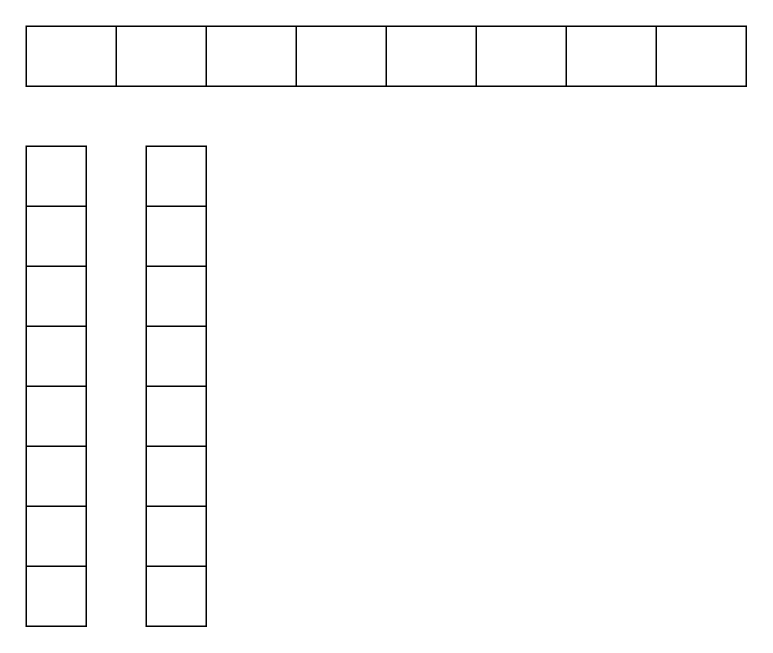
Earlier version of the draw.io diagram 未命名绘图.drawio (MrCurtain/C-CppLearning). Source tidied: cells renumbered, new cells numbered last; positions are measured from the earlier drawing's top-left corner, leaving out a move shared by most shapes. Both pictures are drawn from the tidied source at 150%, with x=0, y=0 at pixel (26, 26).
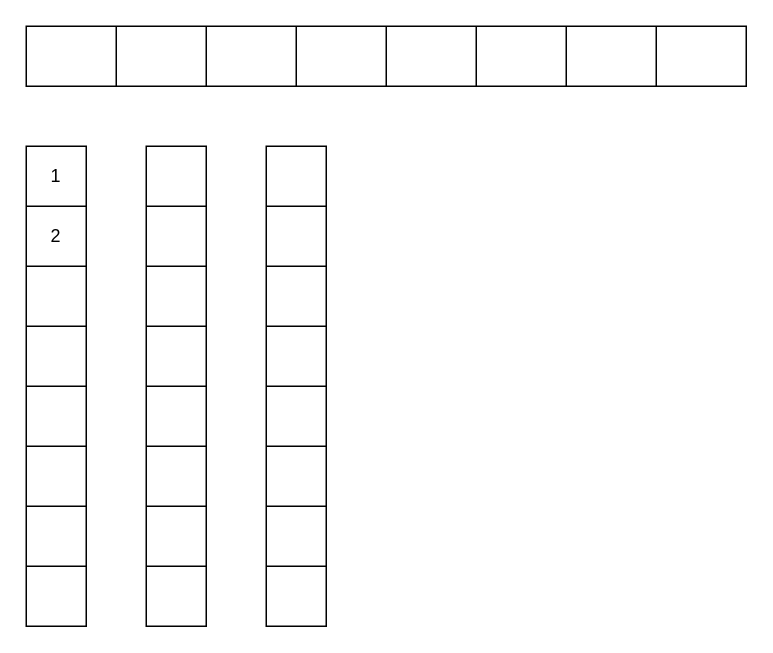
Above is the later version.

Commit message:
更新未命名绘图.drawio

The change refers to these unchanged cells:
```xml
<mxCell id="13" style="shape=tableRow;horizontal=0;startSize=0;swimlaneHead=0;swimlaneBody=0;strokeColor=inherit;top=0;left=0;bottom=0;right=0;fillColor=none;" parent="12" vertex="1">
  <mxGeometry width="40" height="40" as="geometry" />
</mxCell>
<mxCell id="15" style="shape=tableRow;horizontal=0;startSize=0;swimlaneHead=0;swimlaneBody=0;strokeColor=inherit;top=0;left=0;bottom=0;right=0;fillColor=none;" parent="12" vertex="1">
  <mxGeometry y="40" width="40" height="40" as="geometry" />
</mxCell>
```

Diff of the diagram source:
```diff
@@
-    <mxCell id="14" style="shape=partialRectangle;html=1;whiteSpace=wrap;strokeColor=inherit;overflow=hidden;fillColor=none;top=0;left=0;bottom=0;right=0;" parent="13" vertex="1">
+    <mxCell id="14" value="1" style="shape=partialRectangle;html=1;whiteSpace=wrap;strokeColor=inherit;overflow=hidden;fillColor=none;top=0;left=0;bottom=0;right=0;" parent="13" vertex="1">
       <mxGeometry width="40" height="40" as="geometry" />
     </mxCell>
@@
-    <mxCell id="16" style="shape=partialRectangle;html=1;whiteSpace=wrap;strokeColor=inherit;overflow=hidden;fillColor=none;top=0;left=0;bottom=0;right=0;" parent="15" vertex="1">
+    <mxCell id="16" value="2" style="shape=partialRectangle;html=1;whiteSpace=wrap;strokeColor=inherit;overflow=hidden;fillColor=none;top=0;left=0;bottom=0;right=0;" parent="15" vertex="1">
       <mxGeometry width="40" height="40" as="geometry" />
     </mxCell>
@@
+    <mxCell id="46" style="shape=table;startSize=0;childLayout=tableLayout;" parent="1" vertex="1">
+      <mxGeometry x="160" y="80" width="40" height="320" as="geometry" />
+    </mxCell>
+    <mxCell id="47" style="shape=tableRow;horizontal=0;startSize=0;swimlaneHead=0;swimlaneBody=0;strokeColor=inherit;top=0;left=0;bottom=0;right=0;fillColor=none;" parent="46" vertex="1">
+      <mxGeometry width="40" height="40" as="geometry" />
+    </mxCell>
+    <mxCell id="48" style="shape=partialRectangle;html=1;whiteSpace=wrap;strokeColor=inherit;overflow=hidden;fillColor=none;top=0;left=0;bottom=0;right=0;" parent="47" vertex="1">
+      <mxGeometry width="40" height="40" as="geometry" />
+    </mxCell>
+    <mxCell id="49" style="shape=tableRow;horizontal=0;startSize=0;swimlaneHead=0;swimlaneBody=0;strokeColor=inherit;top=0;left=0;bottom=0;right=0;fillColor=none;" parent="46" vertex="1">
+      <mxGeometry y="40" width="40" height="40" as="geometry" />
+    </mxCell>
+    <mxCell id="50" style="shape=partialRectangle;html=1;whiteSpace=wrap;strokeColor=inherit;overflow=hidden;fillColor=none;top=0;left=0;bottom=0;right=0;" parent="49" vertex="1">
+      <mxGeometry width="40" height="40" as="geometry" />
+    </mxCell>
+    <mxCell id="51" style="shape=tableRow;horizontal=0;startSize=0;swimlaneHead=0;swimlaneBody=0;strokeColor=inherit;top=0;left=0;bottom=0;right=0;fillColor=none;" parent="46" vertex="1">
+      <mxGeometry y="80" width="40" height="40" as="geometry" />
+    </mxCell>
+    <mxCell id="52" style="shape=partialRectangle;html=1;whiteSpace=wrap;strokeColor=inherit;overflow=hidden;fillColor=none;top=0;left=0;bottom=0;right=0;" parent="51" vertex="1">
+      <mxGeometry width="40" height="40" as="geometry" />
+    </mxCell>
+    <mxCell id="53" style="shape=tableRow;horizontal=0;startSize=0;swimlaneHead=0;swimlaneBody=0;strokeColor=inherit;top=0;left=0;bottom=0;right=0;fillColor=none;" parent="46" vertex="1">
+      <mxGeometry y="120" width="40" height="40" as="geometry" />
+    </mxCell>
+    <mxCell id="54" style="shape=partialRectangle;html=1;whiteSpace=wrap;strokeColor=inherit;overflow=hidden;fillColor=none;top=0;left=0;bottom=0;right=0;" parent="53" vertex="1">
+      <mxGeometry width="40" height="40" as="geometry" />
+    </mxCell>
+    <mxCell id="55" style="shape=tableRow;horizontal=0;startSize=0;swimlaneHead=0;swimlaneBody=0;strokeColor=inherit;top=0;left=0;bottom=0;right=0;fillColor=none;" parent="46" vertex="1">
+      <mxGeometry y="160" width="40" height="40" as="geometry" />
+    </mxCell>
+    <mxCell id="56" style="shape=partialRectangle;html=1;whiteSpace=wrap;strokeColor=inherit;overflow=hidden;fillColor=none;top=0;left=0;bottom=0;right=0;" parent="55" vertex="1">
+      <mxGeometry width="40" height="40" as="geometry" />
+    </mxCell>
+    <mxCell id="57" style="shape=tableRow;horizontal=0;startSize=0;swimlaneHead=0;swimlaneBody=0;strokeColor=inherit;top=0;left=0;bottom=0;right=0;fillColor=none;" parent="46" vertex="1">
+      <mxGeometry y="200" width="40" height="40" as="geometry" />
+    </mxCell>
+    <mxCell id="58" style="shape=partialRectangle;html=1;whiteSpace=wrap;strokeColor=inherit;overflow=hidden;fillColor=none;top=0;left=0;bottom=0;right=0;" parent="57" vertex="1">
+      <mxGeometry width="40" height="40" as="geometry" />
+    </mxCell>
+    <mxCell id="59" style="shape=tableRow;horizontal=0;startSize=0;swimlaneHead=0;swimlaneBody=0;strokeColor=inherit;top=0;left=0;bottom=0;right=0;fillColor=none;" parent="46" vertex="1">
+      <mxGeometry y="240" width="40" height="40" as="geometry" />
+    </mxCell>
+    <mxCell id="60" style="shape=partialRectangle;html=1;whiteSpace=wrap;strokeColor=inherit;overflow=hidden;fillColor=none;top=0;left=0;bottom=0;right=0;" parent="59" vertex="1">
+      <mxGeometry width="40" height="40" as="geometry" />
+    </mxCell>
+    <mxCell id="61" style="shape=tableRow;horizontal=0;startSize=0;swimlaneHead=0;swimlaneBody=0;strokeColor=inherit;top=0;left=0;bottom=0;right=0;fillColor=none;" parent="46" vertex="1">
+      <mxGeometry y="280" width="40" height="40" as="geometry" />
+    </mxCell>
+    <mxCell id="62" style="shape=partialRectangle;html=1;whiteSpace=wrap;strokeColor=inherit;overflow=hidden;fillColor=none;top=0;left=0;bottom=0;right=0;" parent="61" vertex="1">
+      <mxGeometry width="40" height="40" as="geometry" />
+    </mxCell>
```
